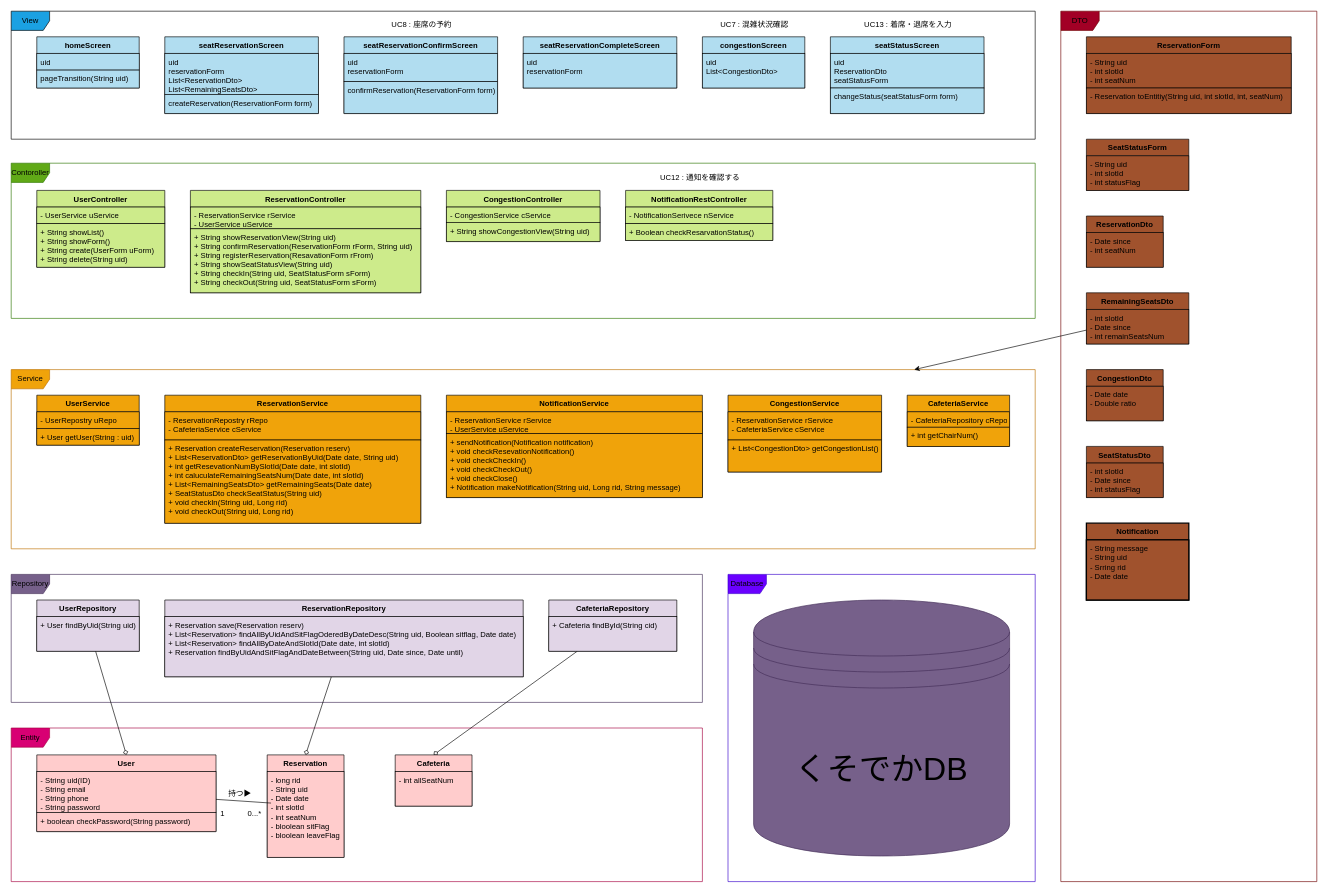
Before: CaptainLunch/design/drawio/class_ing.drawio in 10matcho27/Avengers, a draw.io diagram. Source tidied: cells renumbered, new cells numbered last; positions are measured from the earlier drawing's top-left corner, leaving out a move shared by most shapes. Both pictures are drawn from the tidied source at 64%, with x=0, y=0 at pixel (11, 11).
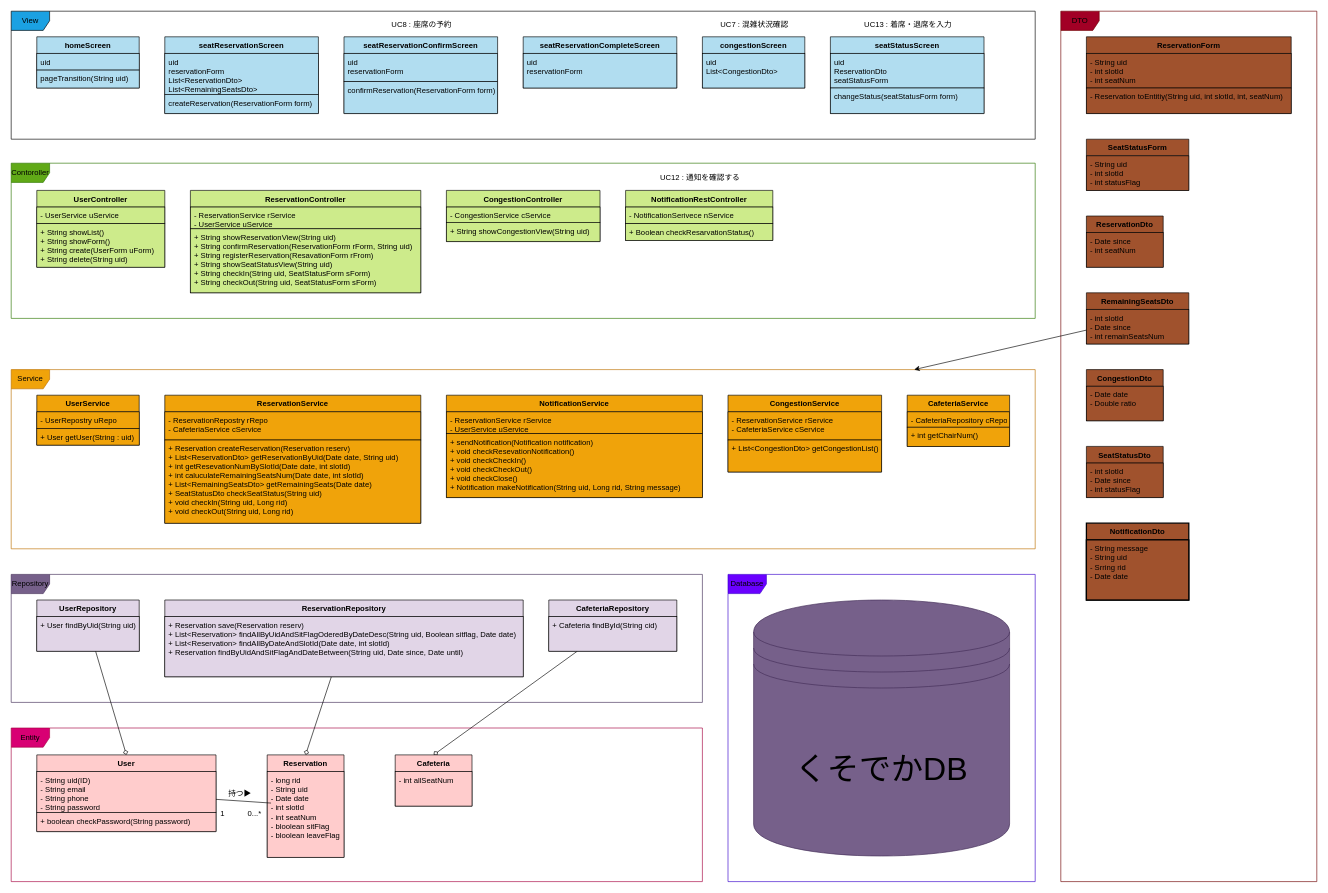
Above is the later version.

Commit message (it also covers changes not shown here):
NotificationにDto付け忘れてた

What changed in the source:
```diff
@@
-    <mxCell id="82" value="Notification" style="swimlane;fontStyle=1;align=center;verticalAlign=top;horizontal=1;startSize=26;fontColor=#000000;strokeColor=#000000;fillColor=#a0522d;strokeWidth=2;" parent="1" vertex="1">
+    <mxCell id="82" value="NotificationDto" style="swimlane;fontStyle=1;align=center;verticalAlign=top;horizontal=1;startSize=26;fontColor=#000000;strokeColor=#000000;fillColor=#a0522d;strokeWidth=2;" parent="1" vertex="1">
       <mxGeometry x="1680" y="800" width="160" height="120" as="geometry" />
     </mxCell>
```
